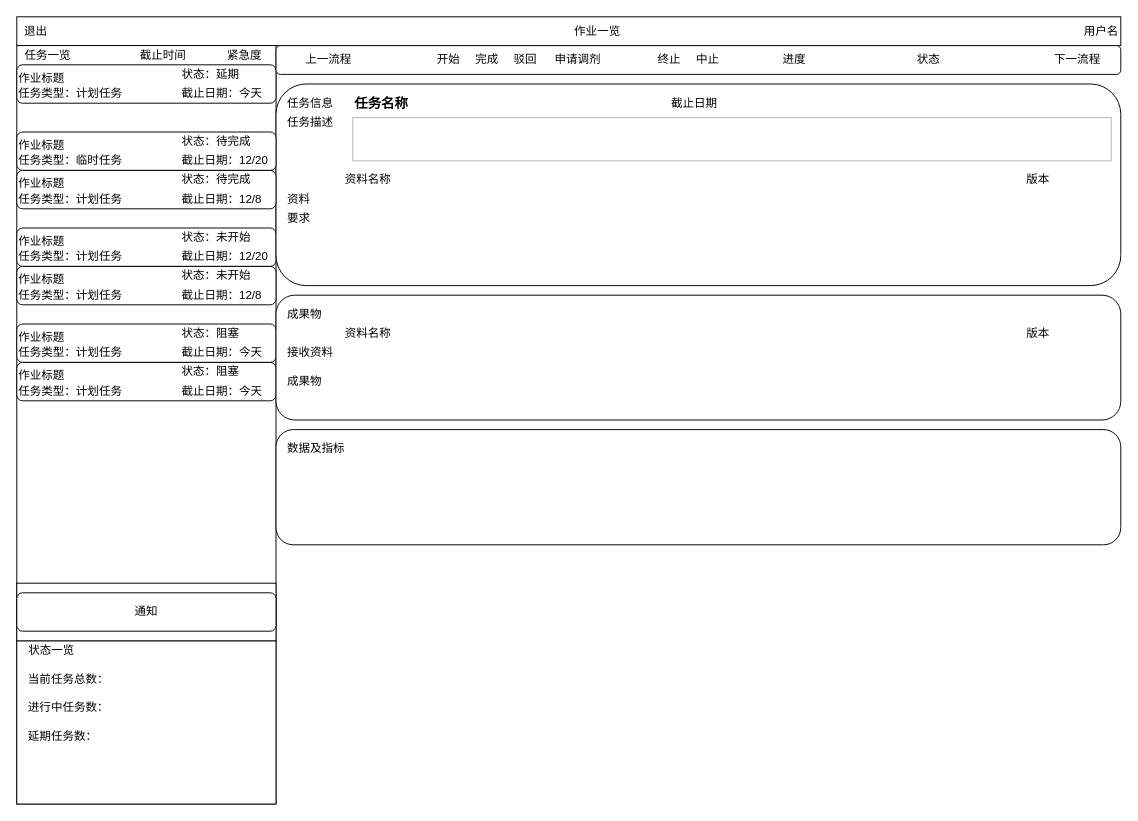
Earlier version of the draw.io diagram page "user-projects" (23 of 23) of project-in-action/software-develop-management-system/doc/design/ui/sdms.drawio (callistoctopus/project-all-in-one). Source tidied: cells renumbered, new cells numbered last; positions are measured from the earlier drawing's top-left corner, leaving out a move shared by most shapes. Both pictures are drawn from the tidied source at 96%, with x=0, y=0 at pixel (16, 16).
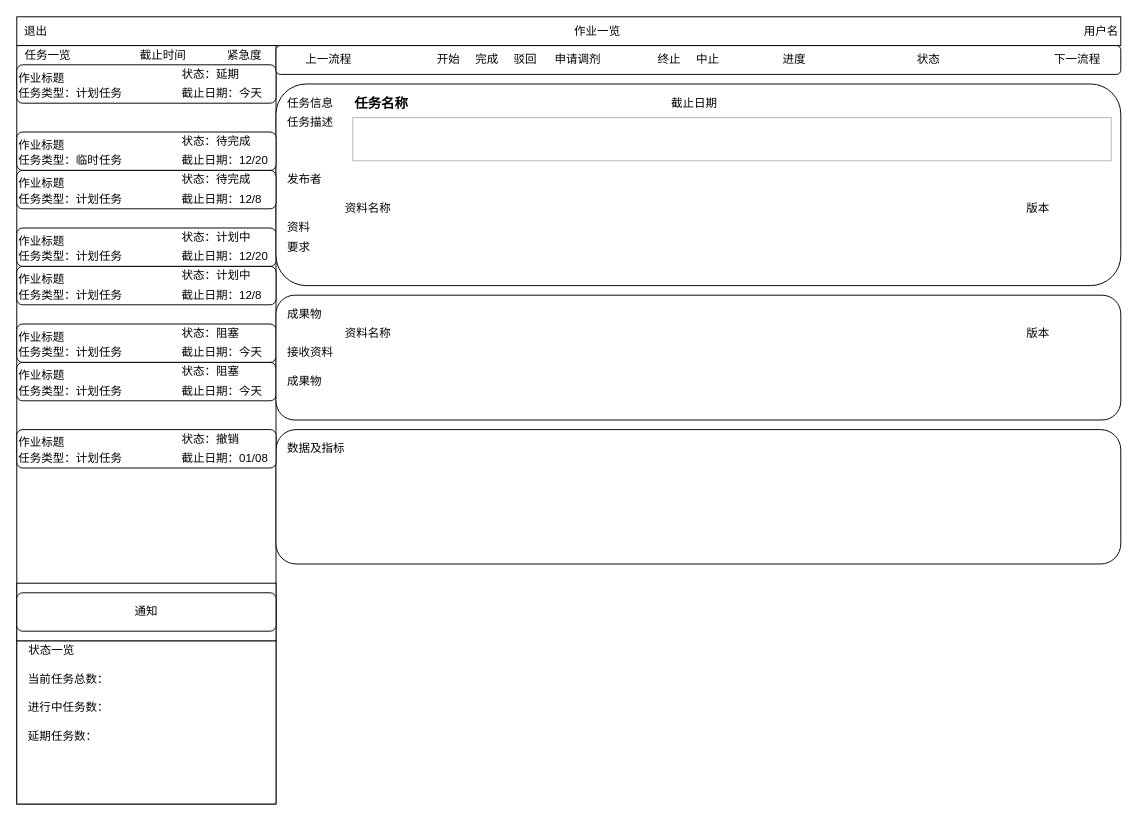
After the change.

What changed in the source:
```diff
@@
-    <mxCell id="21" value="状态：未开始" style="text;html=1;strokeColor=none;fillColor=none;align=left;verticalAlign=middle;whiteSpace=wrap;rounded=0;" parent="1" vertex="1">
+    <mxCell id="21" value="状态：计划中" style="text;html=1;strokeColor=none;fillColor=none;align=left;verticalAlign=middle;whiteSpace=wrap;rounded=0;" parent="1" vertex="1">
       <mxGeometry x="170" y="220" width="100" height="20" as="geometry" />
     </mxCell>
@@
-    <mxCell id="25" value="状态：未开始" style="text;html=1;strokeColor=none;fillColor=none;align=left;verticalAlign=middle;whiteSpace=wrap;rounded=0;" parent="1" vertex="1">
+    <mxCell id="25" value="状态：计划中" style="text;html=1;strokeColor=none;fillColor=none;align=left;verticalAlign=middle;whiteSpace=wrap;rounded=0;" parent="1" vertex="1">
       <mxGeometry x="170" y="260" width="100" height="20" as="geometry" />
     </mxCell>
@@
     <mxCell id="51" value="资料" style="text;html=1;strokeColor=none;fillColor=none;align=left;verticalAlign=middle;whiteSpace=wrap;rounded=0;fontStyle=0;fontSize=12;" parent="1" vertex="1">
-      <mxGeometry x="280" y="180" width="60" height="20" as="geometry" />
+      <mxGeometry x="280" y="210" width="60" height="20" as="geometry" />
     </mxCell>
@@
     <mxCell id="57" value="资料名称" style="text;html=1;strokeColor=none;fillColor=none;align=left;verticalAlign=middle;whiteSpace=wrap;rounded=0;fontStyle=0;fontSize=12;" parent="1" vertex="1">
-      <mxGeometry x="340" y="160" width="60" height="20" as="geometry" />
+      <mxGeometry x="340" y="190" width="60" height="20" as="geometry" />
     </mxCell>
     <mxCell id="58" value="版本" style="text;html=1;strokeColor=none;fillColor=none;align=left;verticalAlign=middle;whiteSpace=wrap;rounded=0;fontStyle=0;fontSize=12;" parent="1" vertex="1">
-      <mxGeometry x="1050" y="160" width="60" height="20" as="geometry" />
+      <mxGeometry x="1050" y="190" width="60" height="20" as="geometry" />
     </mxCell>
     <mxCell id="59" value="要求" style="text;html=1;strokeColor=none;fillColor=none;align=left;verticalAlign=middle;whiteSpace=wrap;rounded=0;fontStyle=0;fontSize=12;" parent="1" vertex="1">
-      <mxGeometry x="280" y="200" width="60" height="20" as="geometry" />
+      <mxGeometry x="280" y="230" width="60" height="20" as="geometry" />
     </mxCell>
     <mxCell id="60" style="rounded=1;whiteSpace=wrap;html=1;align=left;perimeterSpacing=0;" parent="1" vertex="1">
-      <mxGeometry x="270" y="430" width="880" height="120" as="geometry" />
+      <mxGeometry x="270" y="430" width="880" height="140" as="geometry" />
     </mxCell>
@@
+    <mxCell id="82" value="发布者" style="text;html=1;strokeColor=none;fillColor=none;align=left;verticalAlign=middle;whiteSpace=wrap;rounded=0;fontStyle=0;fontSize=12;" parent="1" vertex="1">
+      <mxGeometry x="280" y="160" width="60" height="20" as="geometry" />
+    </mxCell>
+    <mxCell id="83" style="rounded=1;whiteSpace=wrap;html=1;" parent="1" vertex="1">
+      <mxGeometry y="430" width="270" height="40" as="geometry" />
+    </mxCell>
+    <mxCell id="84" value="截止日期：01/08" style="text;html=1;strokeColor=none;fillColor=none;align=left;verticalAlign=middle;whiteSpace=wrap;rounded=0;" parent="1" vertex="1">
+      <mxGeometry x="170" y="450" width="100" height="20" as="geometry" />
+    </mxCell>
+    <mxCell id="85" value="状态：撤销" style="text;html=1;strokeColor=none;fillColor=none;align=left;verticalAlign=middle;whiteSpace=wrap;rounded=0;" parent="1" vertex="1">
+      <mxGeometry x="170" y="430" width="100" height="20" as="geometry" />
+    </mxCell>
+    <mxCell id="86" value="作业标题" style="text;html=1;strokeColor=none;fillColor=none;align=left;verticalAlign=top;whiteSpace=wrap;rounded=0;" parent="1" vertex="1">
+      <mxGeometry y="430" width="160" height="40" as="geometry" />
+    </mxCell>
+    <mxCell id="87" value="任务类型：计划任务" style="text;html=1;strokeColor=none;fillColor=none;align=left;verticalAlign=middle;whiteSpace=wrap;rounded=0;" parent="1" vertex="1">
+      <mxGeometry y="450" width="120" height="20" as="geometry" />
+    </mxCell>
```
